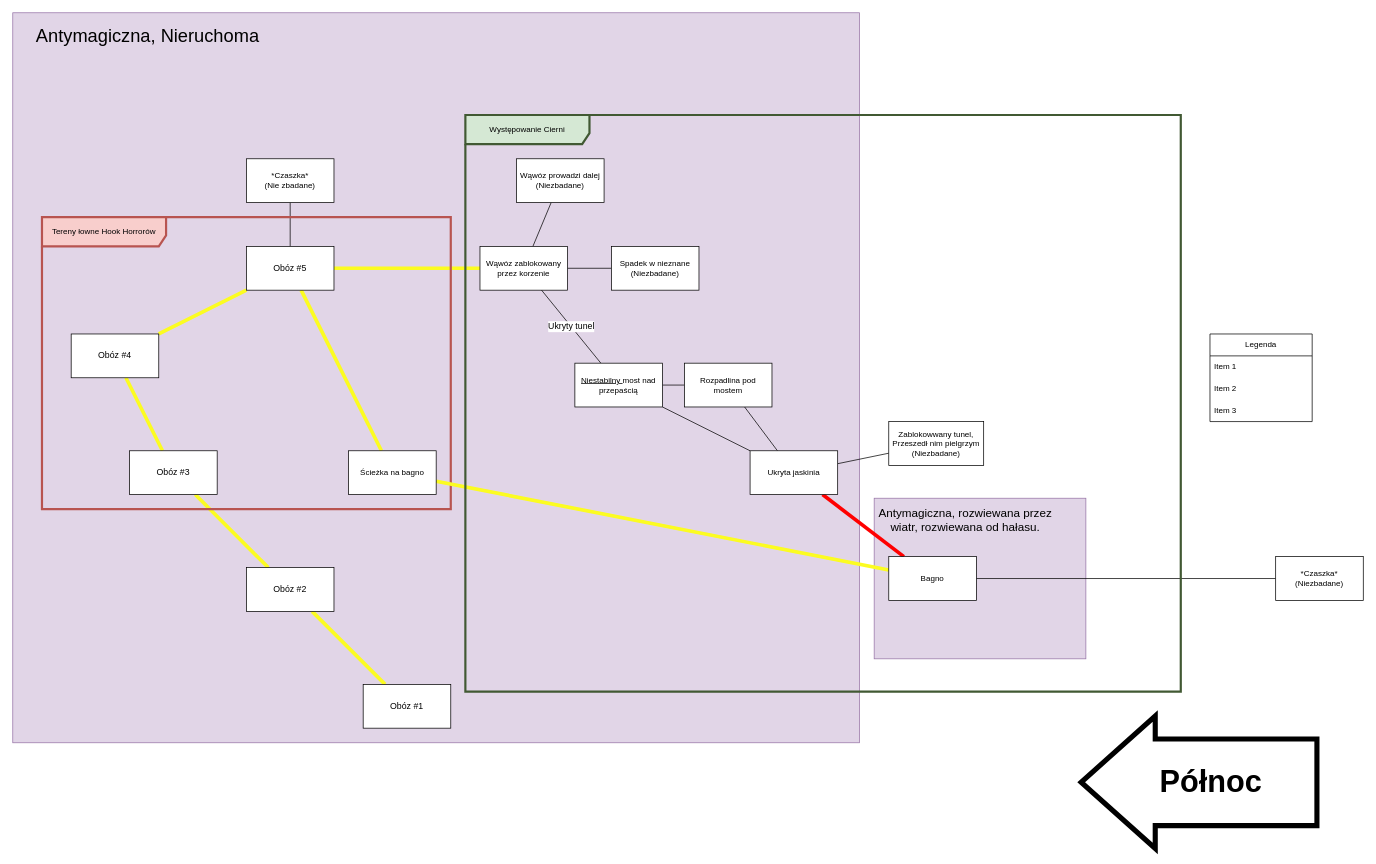
Above: plan.drawio in Gryfin123/diagrams_with_no_context (draw.io), before the change. Source tidied: cells renumbered, new cells numbered last; positions are measured from the earlier drawing's top-left corner, leaving out a move shared by most shapes. Both pictures are drawn from the tidied source at 73%, with x=0, y=0 at pixel (12, 12).
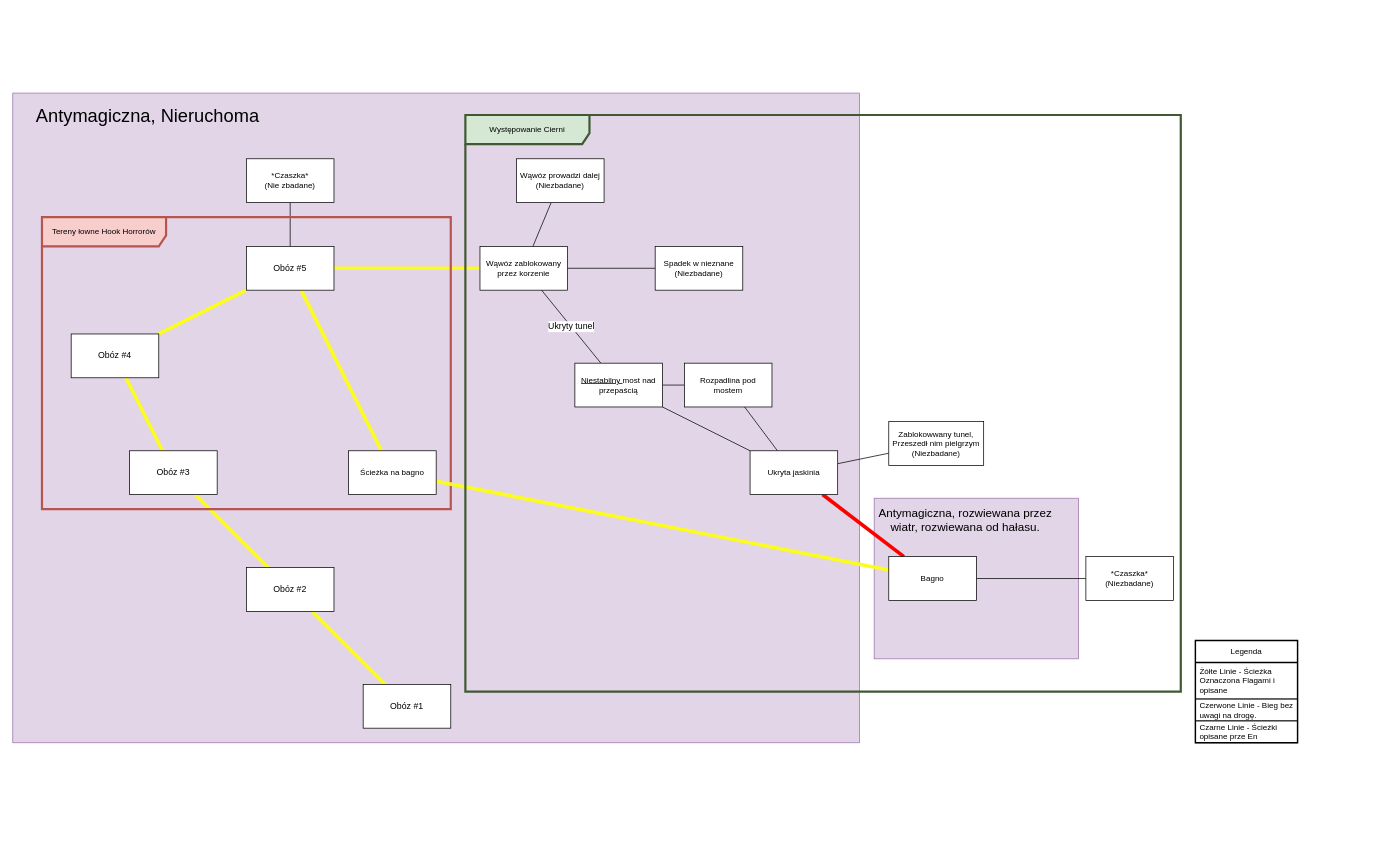
Above is the later version.

What changed in the source:
```diff
@@
     <mxCell id="2" style="rounded=0;whiteSpace=wrap;html=1;fontFamily=Helvetica;fontSize=11;fillColor=#e1d5e7;strokeColor=#9673a6;" parent="1" vertex="1">
-      <mxGeometry x="1180" y="665" width="290" height="220" as="geometry" />
+      <mxGeometry x="1180" y="665" width="280" height="220" as="geometry" />
     </mxCell>
     <mxCell id="3" style="rounded=0;whiteSpace=wrap;html=1;fontFamily=Helvetica;fontSize=11;fillColor=#e1d5e7;strokeColor=#9673a6;" parent="1" vertex="1">
-      <mxGeometry width="1160" height="1000" as="geometry" />
+      <mxGeometry y="110" width="1160" height="890" as="geometry" />
     </mxCell>
@@
     <mxCell id="25" value="Spadek w nieznane&lt;br&gt;(Niezbadane)" style="rounded=0;whiteSpace=wrap;html=1;fontFamily=Helvetica;fontSize=11;fontColor=default;" parent="1" vertex="1">
-      <mxGeometry x="820" y="320" width="120" height="60" as="geometry" />
+      <mxGeometry x="880" y="320" width="120" height="60" as="geometry" />
     </mxCell>
@@
     <mxCell id="30" value="*Czaszka*&lt;br&gt;(Niezbadane)" style="rounded=0;whiteSpace=wrap;html=1;fontFamily=Helvetica;fontSize=11;fontColor=default;" parent="1" vertex="1">
-      <mxGeometry x="1730" y="745" width="120" height="60" as="geometry" />
+      <mxGeometry x="1470" y="745" width="120" height="60" as="geometry" />
     </mxCell>
-    <mxCell id="31" value="&lt;b&gt;&lt;font style=&quot;font-size: 42px;&quot;&gt;Północ&lt;/font&gt;&lt;/b&gt;" style="shape=flexArrow;endArrow=classic;html=1;rounded=0;labelBackgroundColor=default;strokeColor=default;align=center;verticalAlign=middle;fontFamily=Helvetica;fontSize=11;fontColor=default;curved=0;endWidth=55.78947368421053;endSize=31.50526315789474;width=112.63157894736842;strokeWidth=7;" parent="1" edge="1">
-      <mxGeometry x="-0.09" relative="1" as="geometry">
-        <mxPoint x="1790" y="1054.1" as="sourcePoint" />
-        <mxPoint x="1460" y="1054.1" as="targetPoint" />
-        <mxPoint x="1" as="offset" />
-      </mxGeometry>
-    </mxCell>
     <mxCell id="32" value="&lt;font style=&quot;font-size: 25px;&quot;&gt;Antymagiczna, Nieruchoma&lt;br&gt;&lt;/font&gt;" style="text;html=1;strokeColor=none;fillColor=none;align=center;verticalAlign=middle;whiteSpace=wrap;rounded=0;fontSize=11;fontFamily=Helvetica;fontColor=default;strokeWidth=4;" parent="1" vertex="1">
-      <mxGeometry width="370" height="60" as="geometry" />
+      <mxGeometry y="110" width="370" height="60" as="geometry" />
     </mxCell>
@@
-    <mxCell id="43" value="Legenda" style="swimlane;fontStyle=0;horizontal=1;startSize=30;whiteSpace=wrap;html=1;fontFamily=Helvetica;fontSize=11;fontColor=default;" parent="1" vertex="1">
-      <mxGeometry x="1640" y="440" width="140" height="120" as="geometry" />
+    <mxCell id="43" value="Legenda" style="swimlane;fontStyle=0;horizontal=1;startSize=30;whiteSpace=wrap;html=1;fontFamily=Helvetica;fontSize=11;fontColor=default;strokeWidth=2;" parent="1" vertex="1">
+      <mxGeometry x="1620" y="860" width="140" height="140" as="geometry" />
     </mxCell>
-    <mxCell id="44" value="Item 1" style="text;strokeColor=none;fillColor=none;align=left;verticalAlign=middle;spacingLeft=4;spacingRight=4;overflow=hidden;whiteSpace=wrap;html=1;fontSize=11;fontFamily=Helvetica;fontColor=default;" parent="43" vertex="1">
-      <mxGeometry y="30" width="140" height="30" as="geometry" />
+    <mxCell id="44" value="Żółte Linie - Ścieżka Oznaczona Flagami i opisane" style="text;strokeColor=default;fillColor=none;align=left;verticalAlign=middle;spacingLeft=4;spacingRight=4;overflow=hidden;whiteSpace=wrap;html=1;fontSize=11;fontFamily=Helvetica;fontColor=default;" parent="43" vertex="1">
+      <mxGeometry y="30" width="140" height="50" as="geometry" />
     </mxCell>
-    <mxCell id="45" value="Item 2" style="text;strokeColor=none;fillColor=none;align=left;verticalAlign=middle;spacingLeft=4;spacingRight=4;overflow=hidden;whiteSpace=wrap;html=1;fontSize=11;fontFamily=Helvetica;fontColor=default;" parent="43" vertex="1">
-      <mxGeometry y="60" width="140" height="30" as="geometry" />
+    <mxCell id="45" value="Czerwone Linie - Bieg bez uwagi na drogę." style="text;strokeColor=default;fillColor=none;align=left;verticalAlign=middle;spacingLeft=4;spacingRight=4;overflow=hidden;whiteSpace=wrap;html=1;fontSize=11;fontFamily=Helvetica;fontColor=default;" parent="43" vertex="1">
+      <mxGeometry y="80" width="140" height="30" as="geometry" />
     </mxCell>
-    <mxCell id="46" value="Item 3" style="text;strokeColor=none;fillColor=none;align=left;verticalAlign=middle;spacingLeft=4;spacingRight=4;overflow=hidden;whiteSpace=wrap;html=1;fontSize=11;fontFamily=Helvetica;fontColor=default;" parent="43" vertex="1">
-      <mxGeometry y="90" width="140" height="30" as="geometry" />
+    <mxCell id="46" value="Czarne Linie - Ścieżki opisane prze En" style="text;strokeColor=default;fillColor=none;align=left;verticalAlign=middle;spacingLeft=4;spacingRight=4;overflow=hidden;whiteSpace=wrap;html=1;fontSize=11;fontFamily=Helvetica;fontColor=default;" parent="43" vertex="1">
+      <mxGeometry y="110" width="140" height="30" as="geometry" />
     </mxCell>
```
